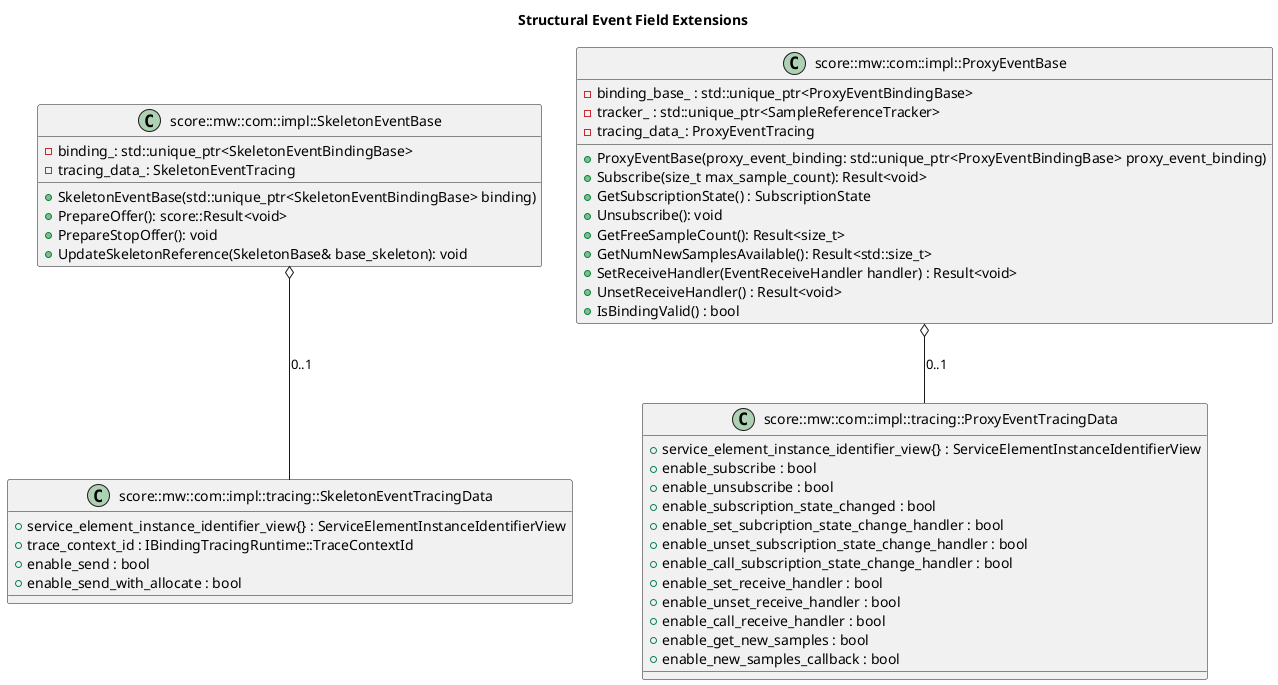
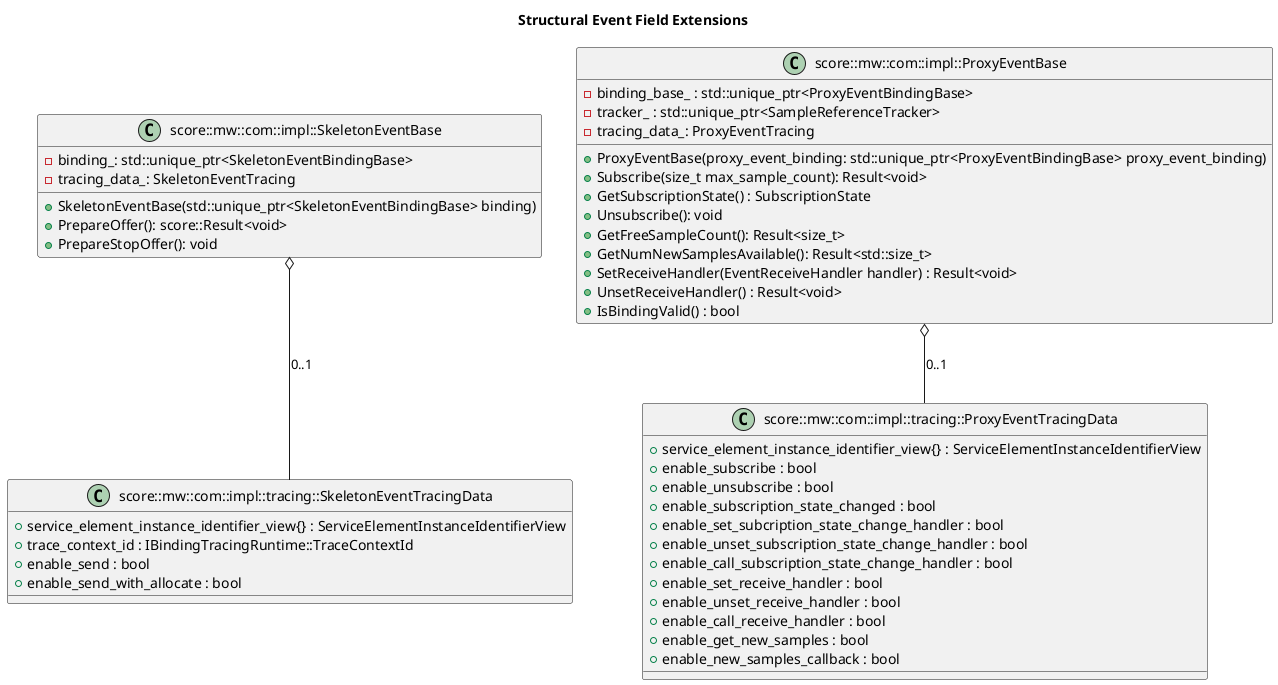
@startuml structural_event_field_extensions
title "Structural Event Field Extensions"

class "score::mw::com::impl::tracing::SkeletonEventTracingData" {
  +service_element_instance_identifier_view{} : ServiceElementInstanceIdentifierView
  +trace_context_id : IBindingTracingRuntime::TraceContextId
  +enable_send : bool
  +enable_send_with_allocate : bool
}

class "score::mw::com::impl::tracing::ProxyEventTracingData" {
  +service_element_instance_identifier_view{} : ServiceElementInstanceIdentifierView
  +enable_subscribe : bool
  +enable_unsubscribe : bool
  +enable_subscription_state_changed : bool
  +enable_set_subcription_state_change_handler : bool
  +enable_unset_subscription_state_change_handler : bool
  +enable_call_subscription_state_change_handler : bool
  +enable_set_receive_handler : bool
  +enable_unset_receive_handler : bool
  +enable_call_receive_handler : bool
  +enable_get_new_samples : bool
  +enable_new_samples_callback : bool
}

class "score::mw::com::impl::SkeletonEventBase" {
  +SkeletonEventBase(std::unique_ptr<SkeletonEventBindingBase> binding)
  +PrepareOffer(): score::Result<void>
  +PrepareStopOffer(): void
-   +UpdateSkeletonReference(SkeletonBase& base_skeleton): void
  -binding_: std::unique_ptr<SkeletonEventBindingBase>
  -tracing_data_: SkeletonEventTracing
}

class "score::mw::com::impl::ProxyEventBase" {
  +ProxyEventBase(proxy_event_binding: std::unique_ptr<ProxyEventBindingBase> proxy_event_binding)
  +Subscribe(size_t max_sample_count): Result<void>
  +GetSubscriptionState() : SubscriptionState
  +Unsubscribe(): void
  +GetFreeSampleCount(): Result<size_t>
  +GetNumNewSamplesAvailable(): Result<std::size_t>
  +SetReceiveHandler(EventReceiveHandler handler) : Result<void>
  +UnsetReceiveHandler() : Result<void>
  +IsBindingValid() : bool
  -binding_base_ : std::unique_ptr<ProxyEventBindingBase>
  -tracker_ : std::unique_ptr<SampleReferenceTracker>
  -tracing_data_: ProxyEventTracing
}

"score::mw::com::impl::SkeletonEventBase" o-- "score::mw::com::impl::tracing::SkeletonEventTracingData" : 0..1
"score::mw::com::impl::ProxyEventBase" o-- "score::mw::com::impl::tracing::ProxyEventTracingData" : 0..1

@enduml
